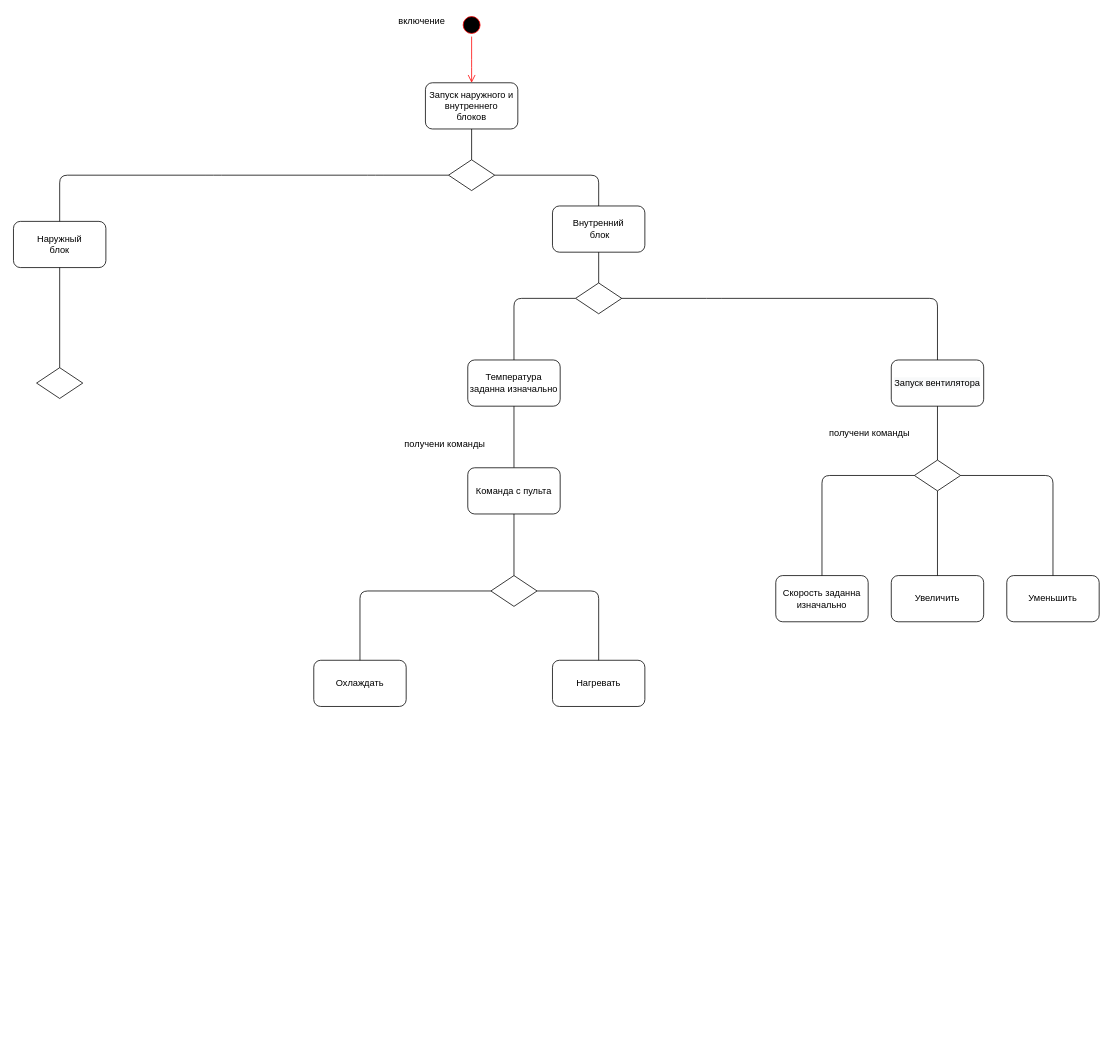
This is EkzamenUML.drawio from NikolajGrom/Nik, a draw.io file, before an edit. Source tidied: cells renumbered, new cells numbered last; positions are measured from the earlier drawing's top-left corner, leaving out a move shared by most shapes. Both pictures are drawn from the tidied source at 77%, with x=0, y=0 at pixel (13, 13).
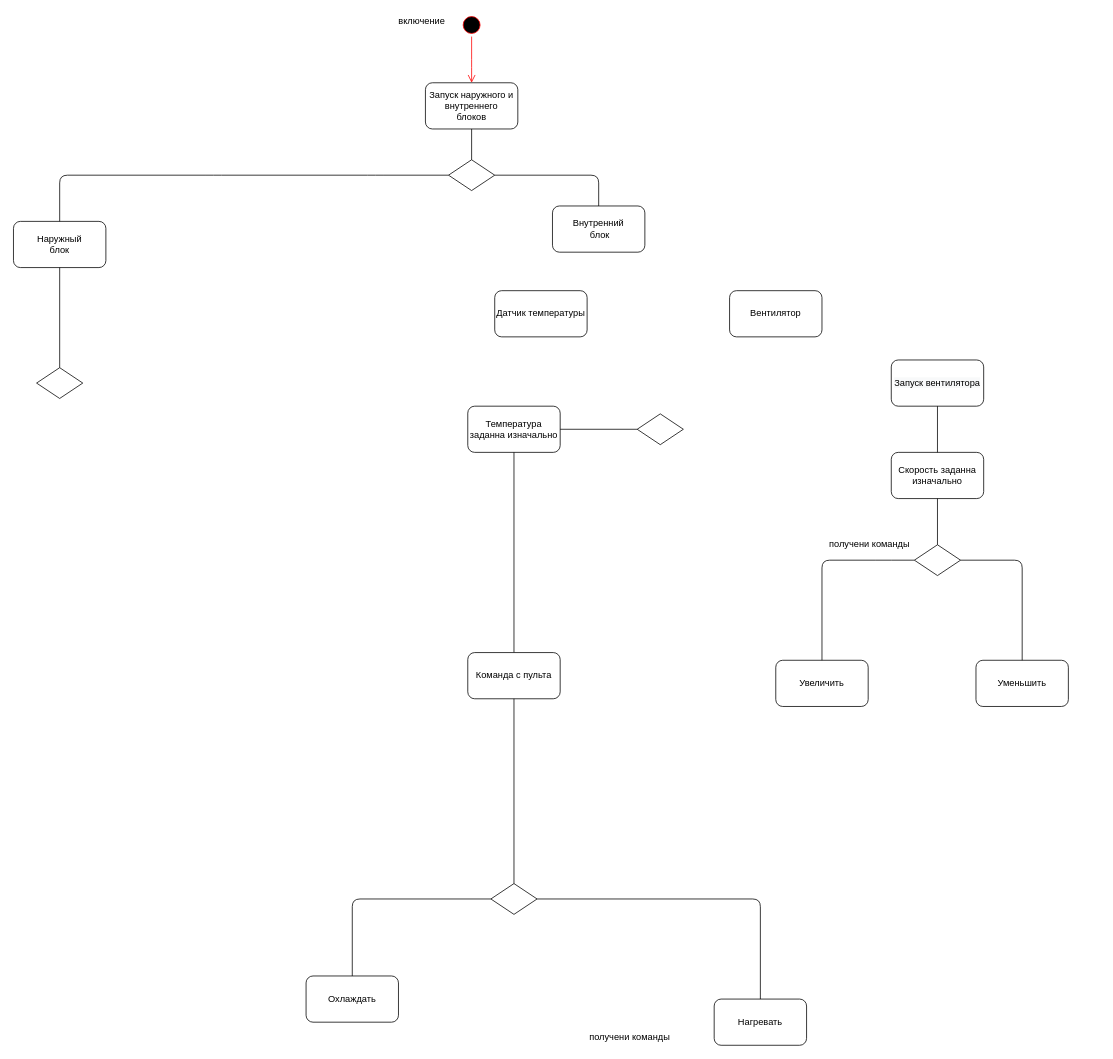
After the change.

The change refers to these unchanged cells:
```xml
<mxCell id="7" value="Внутренний&lt;br&gt;&amp;nbsp;блок" style="rounded=1;whiteSpace=wrap;html=1;" parent="1" vertex="1">
  <mxGeometry x="700" y="250" width="120" height="60" as="geometry" />
</mxCell>
<mxCell id="14" value="&#10;&#10;&lt;span style=&quot;color: rgb(0, 0, 0); font-family: helvetica; font-size: 12px; font-style: normal; font-weight: 400; letter-spacing: normal; text-align: center; text-indent: 0px; text-transform: none; word-spacing: 0px; background-color: rgb(248, 249, 250); display: inline; float: none;&quot;&gt;Запуск вентилятора&lt;/span&gt;&#10;&#10;" style="rounded=1;whiteSpace=wrap;html=1;" parent="1" vertex="1">
  <mxGeometry x="1140" y="450" width="120" height="60" as="geometry" />
</mxCell>
```

What changed in the source:
```diff
@@
-    <mxCell id="12" value="Температура заданна изначально" style="rounded=1;whiteSpace=wrap;html=1;" parent="1" vertex="1">
-      <mxGeometry x="590" y="450" width="120" height="60" as="geometry" />
-    </mxCell>
-    <mxCell id="13" style="endArrow=none;html=1;entryX=0;entryY=0.5;entryDx=0;entryDy=0;exitX=0.5;exitY=0;exitDx=0;exitDy=0;" parent="1" edge="1" source="12" target="15">
-      <mxGeometry relative="1" as="geometry">
-        <Array as="points">
-          <mxPoint x="650" y="370" />
-        </Array>
-      </mxGeometry>
-    </mxCell>
@@
-    <mxCell id="15" style="rhombus;whiteSpace=wrap;html=1;" parent="1" vertex="1">
-      <mxGeometry x="730" y="350" width="60" height="40" as="geometry" />
-    </mxCell>
-    <mxCell id="16" style="endArrow=none;html=1;exitX=0.5;exitY=0;exitDx=0;exitDy=0;entryX=0.5;entryY=1;entryDx=0;entryDy=0;" parent="1" edge="1" source="15" target="7">
-      <mxGeometry relative="1" as="geometry" />
-    </mxCell>
-    <mxCell id="17" style="endArrow=none;html=1;entryX=1;entryY=0.5;entryDx=0;entryDy=0;exitX=0.5;exitY=0;exitDx=0;exitDy=0;" parent="1" edge="1" source="14" target="15">
-      <mxGeometry relative="1" as="geometry">
-        <Array as="points">
-          <mxPoint x="1200" y="370" />
-          <mxPoint x="910" y="370" />
-        </Array>
-      </mxGeometry>
-    </mxCell>
-    <mxCell id="18" value="Нагревать" style="rounded=1;whiteSpace=wrap;html=1;" parent="1" vertex="1">
-      <mxGeometry x="700" y="840" width="120" height="60" as="geometry" />
-    </mxCell>
@@
-    <mxCell id="20" value="Охлаждать" style="rounded=1;whiteSpace=wrap;html=1;" parent="1" vertex="1">
-      <mxGeometry x="390" y="840" width="120" height="60" as="geometry" />
-    </mxCell>
@@
-    <mxCell id="22" style="endArrow=none;html=1;entryX=0.5;entryY=1;entryDx=0;entryDy=0;" parent="1" edge="1" target="12">
-      <mxGeometry relative="1" as="geometry">
-        <mxPoint x="650" y="590" as="sourcePoint" />
-      </mxGeometry>
-    </mxCell>
-    <mxCell id="23" value="получени команды" style="text;html=1;align=center;verticalAlign=middle;strokeColor=none;fillColor=none;" parent="1" vertex="1">
-      <mxGeometry x="500" y="550" width="120" height="20" as="geometry" />
-    </mxCell>
-    <mxCell id="24" style="endArrow=none;html=1;entryX=0.5;entryY=0;entryDx=0;entryDy=0;exitX=0;exitY=0.5;exitDx=0;exitDy=0;" parent="1" edge="1" source="36" target="20">
-      <mxGeometry relative="1" as="geometry">
-        <Array as="points">
-          <mxPoint x="450" y="750" />
-        </Array>
-      </mxGeometry>
-    </mxCell>
-    <mxCell id="25" style="endArrow=none;html=1;entryX=0.5;entryY=0;entryDx=0;entryDy=0;exitX=1;exitY=0.5;exitDx=0;exitDy=0;" parent="1" edge="1" source="36" target="18">
-      <mxGeometry relative="1" as="geometry">
-        <Array as="points">
-          <mxPoint x="760" y="750" />
-        </Array>
-      </mxGeometry>
-    </mxCell>
     <mxCell id="26" value="Скорость заданна&lt;br&gt;изначально&lt;br&gt;" style="rounded=1;whiteSpace=wrap;html=1;" parent="1" vertex="1">
-      <mxGeometry x="990" y="730" width="120" height="60" as="geometry" />
+      <mxGeometry x="1140" y="570" width="120" height="60" as="geometry" />
     </mxCell>
-    <mxCell id="27" style="rhombus;whiteSpace=wrap;html=1;" parent="1" vertex="1">
-      <mxGeometry x="1170" y="580" width="60" height="40" as="geometry" />
-    </mxCell>
-    <mxCell id="28" style="endArrow=none;html=1;exitX=0.5;exitY=1;exitDx=0;exitDy=0;entryX=0.5;entryY=0;entryDx=0;entryDy=0;" parent="1" edge="1" source="14" target="27">
-      <mxGeometry relative="1" as="geometry" />
-    </mxCell>
     <mxCell id="29" value="Увеличить" style="rounded=1;whiteSpace=wrap;html=1;" parent="1" vertex="1">
-      <mxGeometry x="1140" y="730" width="120" height="60" as="geometry" />
+      <mxGeometry x="990" y="840" width="120" height="60" as="geometry" />
     </mxCell>
     <mxCell id="30" value="Уменьшить" style="rounded=1;whiteSpace=wrap;html=1;" parent="1" vertex="1">
-      <mxGeometry x="1290" y="730" width="120" height="60" as="geometry" />
+      <mxGeometry x="1250" y="840" width="120" height="60" as="geometry" />
     </mxCell>
-    <mxCell id="31" style="endArrow=none;html=1;exitX=0.5;exitY=0;exitDx=0;exitDy=0;entryX=0;entryY=0.5;entryDx=0;entryDy=0;" parent="1" edge="1" source="26" target="27">
-      <mxGeometry relative="1" as="geometry">
-        <Array as="points">
-          <mxPoint x="1050" y="600" />
-        </Array>
-      </mxGeometry>
-    </mxCell>
-    <mxCell id="32" style="endArrow=none;html=1;exitX=0.5;exitY=0;exitDx=0;exitDy=0;entryX=0.5;entryY=1;entryDx=0;entryDy=0;" parent="1" edge="1" source="29" target="27">
-      <mxGeometry relative="1" as="geometry" />
-    </mxCell>
-    <mxCell id="33" style="endArrow=none;html=1;exitX=1;exitY=0.5;exitDx=0;exitDy=0;entryX=0.5;entryY=0;entryDx=0;entryDy=0;" parent="1" edge="1" source="27" target="30">
-      <mxGeometry relative="1" as="geometry">
-        <Array as="points">
-          <mxPoint x="1350" y="600" />
-        </Array>
-      </mxGeometry>
-    </mxCell>
     <mxCell id="34" value="&lt;span&gt;получени команды&lt;/span&gt;" style="text;html=1;strokeColor=none;fillColor=none;align=center;verticalAlign=middle;whiteSpace=wrap;rounded=0;" parent="1" vertex="1">
-      <mxGeometry x="1047" y="534.5" width="130" height="20" as="geometry" />
+      <mxGeometry x="1047" y="680" width="130" height="20" as="geometry" />
     </mxCell>
+    <mxCell id="38" style="rhombus;whiteSpace=wrap;html=1;" parent="1" vertex="1">
+      <mxGeometry x="1170" y="690" width="60" height="40" as="geometry" />
+    </mxCell>
+    <mxCell id="39" style="endArrow=none;html=1;exitX=0.5;exitY=0;exitDx=0;exitDy=0;entryX=0.5;entryY=1;entryDx=0;entryDy=0;" parent="1" edge="1" source="38" target="26">
+      <mxGeometry relative="1" as="geometry" />
+    </mxCell>
+    <mxCell id="40" style="endArrow=none;html=1;exitX=0.5;exitY=0;exitDx=0;exitDy=0;entryX=0;entryY=0.5;entryDx=0;entryDy=0;" parent="1" edge="1" source="29" target="38">
+      <mxGeometry relative="1" as="geometry">
+        <Array as="points">
+          <mxPoint x="1050" y="710" />
+          <mxPoint x="1130" y="710" />
+        </Array>
+      </mxGeometry>
+    </mxCell>
+    <mxCell id="41" style="endArrow=none;html=1;exitX=1;exitY=0.5;exitDx=0;exitDy=0;entryX=0.5;entryY=0;entryDx=0;entryDy=0;" parent="1" edge="1" source="38" target="30">
+      <mxGeometry relative="1" as="geometry">
+        <Array as="points">
+          <mxPoint x="1310" y="710" />
+        </Array>
+      </mxGeometry>
+    </mxCell>
+    <mxCell id="42" style="endArrow=none;html=1;exitX=0.5;exitY=0;exitDx=0;exitDy=0;entryX=0.5;entryY=1;entryDx=0;entryDy=0;" parent="1" edge="1" source="26" target="14">
+      <mxGeometry relative="1" as="geometry" />
+    </mxCell>
+    <mxCell id="43" value="Датчик температуры" style="rounded=1;whiteSpace=wrap;html=1;" parent="1" vertex="1">
+      <mxGeometry x="625" y="360" width="120" height="60" as="geometry" />
+    </mxCell>
+    <mxCell id="44" value="Вентилятор" style="rounded=1;whiteSpace=wrap;html=1;" parent="1" vertex="1">
+      <mxGeometry x="930" y="360" width="120" height="60" as="geometry" />
+    </mxCell>
+    <mxCell id="12" value="Температура заданна изначально" style="rounded=1;whiteSpace=wrap;html=1;" parent="1" vertex="1">
+      <mxGeometry x="590" y="510" width="120" height="60" as="geometry" />
+    </mxCell>
+    <mxCell id="18" value="Нагревать" style="rounded=1;whiteSpace=wrap;html=1;" parent="1" vertex="1">
+      <mxGeometry x="910" y="1280" width="120" height="60" as="geometry" />
+    </mxCell>
+    <mxCell id="20" value="Охлаждать" style="rounded=1;whiteSpace=wrap;html=1;" parent="1" vertex="1">
+      <mxGeometry x="380" y="1250" width="120" height="60" as="geometry" />
+    </mxCell>
+    <mxCell id="45" style="endArrow=none;html=1;entryX=0.5;entryY=1;entryDx=0;entryDy=0;exitX=0.5;exitY=0;exitDx=0;exitDy=0;" parent="1" edge="1" source="35" target="12">
+      <mxGeometry relative="1" as="geometry" />
+    </mxCell>
+    <mxCell id="23" value="получени команды" style="text;html=1;align=center;verticalAlign=middle;strokeColor=none;fillColor=none;" parent="1" vertex="1">
+      <mxGeometry x="740" y="1320" width="120" height="20" as="geometry" />
+    </mxCell>
+    <mxCell id="46" style="endArrow=none;html=1;entryX=0.5;entryY=0;entryDx=0;entryDy=0;exitX=0;exitY=0.5;exitDx=0;exitDy=0;" parent="1" edge="1" source="48" target="20">
+      <mxGeometry relative="1" as="geometry">
+        <Array as="points">
+          <mxPoint x="440" y="1150" />
+        </Array>
+      </mxGeometry>
+    </mxCell>
+    <mxCell id="47" style="endArrow=none;html=1;entryX=0.5;entryY=0;entryDx=0;entryDy=0;exitX=1;exitY=0.5;exitDx=0;exitDy=0;" parent="1" edge="1" source="48" target="18">
+      <mxGeometry relative="1" as="geometry">
+        <Array as="points">
+          <mxPoint x="970" y="1150" />
+        </Array>
+      </mxGeometry>
+    </mxCell>
     <mxCell id="35" value="Команда с пульта" style="rounded=1;whiteSpace=wrap;html=1;" parent="1" vertex="1">
-      <mxGeometry x="590" y="590" width="120" height="60" as="geometry" />
+      <mxGeometry x="590" y="830" width="120" height="60" as="geometry" />
     </mxCell>
-    <mxCell id="36" style="rhombus;whiteSpace=wrap;html=1;" parent="1" vertex="1">
-      <mxGeometry x="620" y="730" width="60" height="40" as="geometry" />
-    </mxCell>
-    <mxCell id="37" style="endArrow=none;html=1;exitX=0.5;exitY=0;exitDx=0;exitDy=0;entryX=0.5;entryY=1;entryDx=0;entryDy=0;" parent="1" edge="1" source="36" target="35">
-      <mxGeometry relative="1" as="geometry" />
-    </mxCell>
+    <mxCell id="48" style="rhombus;whiteSpace=wrap;html=1;" parent="1" vertex="1">
+      <mxGeometry x="620" y="1130" width="60" height="40" as="geometry" />
+    </mxCell>
+    <mxCell id="49" style="endArrow=none;html=1;exitX=0.5;exitY=0;exitDx=0;exitDy=0;entryX=0.5;entryY=1;entryDx=0;entryDy=0;" parent="1" edge="1" source="48" target="35">
+      <mxGeometry relative="1" as="geometry" />
+    </mxCell>
+    <mxCell id="50" style="rhombus;whiteSpace=wrap;html=1;" parent="1" vertex="1">
+      <mxGeometry x="810" y="520" width="60" height="40" as="geometry" />
+    </mxCell>
+    <mxCell id="51" style="endArrow=none;html=1;entryX=1;entryY=0.5;entryDx=0;entryDy=0;exitX=0;exitY=0.5;exitDx=0;exitDy=0;" parent="1" edge="1" source="50" target="12">
+      <mxGeometry relative="1" as="geometry" />
+    </mxCell>
```
